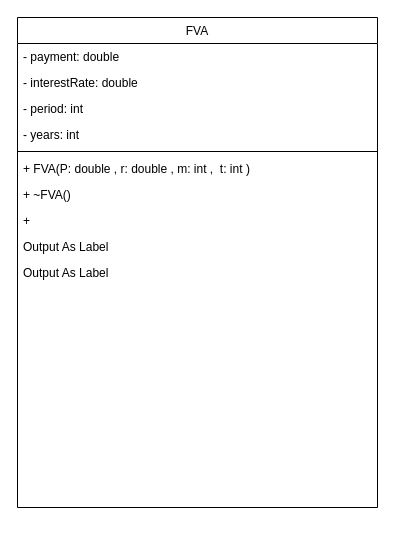
The draw.io diagram Untitled Diagram.drawio in perazaharmonics/c-CompII, before the edit. Source tidied: cells renumbered, new cells numbered last; positions are measured from the earlier drawing's top-left corner, leaving out a move shared by most shapes. Both pictures are drawn from the tidied source at 100%, with x=0, y=0 at pixel (17, 17).
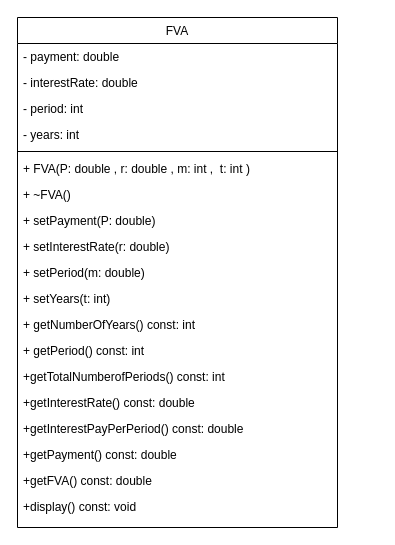
Above is the later version.

The edit, as a diff of the source:
```diff
@@
     <mxCell id="2" value="FVA" style="swimlane;fontStyle=0;align=center;verticalAlign=top;horizontal=1;startSize=26;rounded=0;shadow=0;strokeWidth=1;" parent="1" vertex="1">
-      <mxGeometry width="360" height="490" as="geometry" />
+      <mxGeometry width="320" height="510" as="geometry" />
     </mxCell>
     <mxCell id="3" value="- payment: double" style="text;align=left;verticalAlign=top;spacingLeft=4;spacingRight=4;overflow=hidden;fontColor=#000000;whiteSpace=wrap;" parent="2" vertex="1">
-      <mxGeometry y="26" width="360" height="26" as="geometry" />
+      <mxGeometry y="26" width="320" height="26" as="geometry" />
     </mxCell>
     <mxCell id="4" value="- interestRate: double" style="text;align=left;verticalAlign=top;spacingLeft=4;spacingRight=4;overflow=hidden;rounded=0;shadow=0;html=0;" parent="2" vertex="1">
-      <mxGeometry y="52" width="360" height="26" as="geometry" />
+      <mxGeometry y="52" width="320" height="26" as="geometry" />
     </mxCell>
     <mxCell id="5" value="- period: int" style="text;align=left;verticalAlign=top;spacingLeft=4;spacingRight=4;overflow=hidden;rounded=0;shadow=0;html=0;" parent="2" vertex="1">
-      <mxGeometry y="78" width="360" height="26" as="geometry" />
+      <mxGeometry y="78" width="320" height="26" as="geometry" />
     </mxCell>
     <mxCell id="6" value="- years: int " style="text;align=left;verticalAlign=top;spacingLeft=4;spacingRight=4;overflow=hidden;rounded=0;shadow=0;html=0;" parent="2" vertex="1">
-      <mxGeometry y="104" width="360" height="26" as="geometry" />
+      <mxGeometry y="104" width="320" height="26" as="geometry" />
     </mxCell>
     <mxCell id="7" style="line;html=1;strokeWidth=1;align=left;verticalAlign=middle;spacingTop=-1;spacingLeft=3;spacingRight=3;labelPosition=right;" parent="2" vertex="1">
-      <mxGeometry y="130" width="360" height="8" as="geometry" />
+      <mxGeometry y="130" width="320" height="8" as="geometry" />
     </mxCell>
     <mxCell id="8" value="+ FVA(P: double , r: double , m: int ,  t: int )" style="text;align=left;verticalAlign=top;spacingLeft=4;spacingRight=4;overflow=hidden;" parent="2" vertex="1">
-      <mxGeometry y="138" width="360" height="26" as="geometry" />
+      <mxGeometry y="138" width="320" height="26" as="geometry" />
     </mxCell>
     <mxCell id="9" value="+ ~FVA()" style="text;align=left;verticalAlign=top;spacingLeft=4;spacingRight=4;overflow=hidden;" parent="2" vertex="1">
-      <mxGeometry y="164" width="360" height="26" as="geometry" />
+      <mxGeometry y="164" width="320" height="26" as="geometry" />
     </mxCell>
-    <mxCell id="10" value="+ " style="text;align=left;verticalAlign=top;spacingLeft=4;spacingRight=4;overflow=hidden;" parent="2" vertex="1">
-      <mxGeometry y="190" width="360" height="26" as="geometry" />
+    <mxCell id="10" value="+ setPayment(P: double)" style="text;align=left;verticalAlign=top;spacingLeft=4;spacingRight=4;overflow=hidden;" parent="2" vertex="1">
+      <mxGeometry y="190" width="320" height="26" as="geometry" />
     </mxCell>
-    <mxCell id="11" value="Output As Label" style="text;align=left;verticalAlign=top;spacingLeft=4;spacingRight=4;overflow=hidden;" parent="2" vertex="1">
-      <mxGeometry y="216" width="360" height="26" as="geometry" />
+    <mxCell id="11" value="+ setInterestRate(r: double)" style="text;align=left;verticalAlign=top;spacingLeft=4;spacingRight=4;overflow=hidden;" parent="2" vertex="1">
+      <mxGeometry y="216" width="320" height="26" as="geometry" />
     </mxCell>
-    <mxCell id="12" value="Output As Label" style="text;align=left;verticalAlign=top;spacingLeft=4;spacingRight=4;overflow=hidden;" parent="2" vertex="1">
-      <mxGeometry y="242" width="360" height="26" as="geometry" />
+    <mxCell id="12" value="+ setPeriod(m: double)" style="text;align=left;verticalAlign=top;spacingLeft=4;spacingRight=4;overflow=hidden;" parent="2" vertex="1">
+      <mxGeometry y="242" width="320" height="26" as="geometry" />
     </mxCell>
+    <mxCell id="13" value="+ setYears(t: int)" style="text;align=left;verticalAlign=top;spacingLeft=4;spacingRight=4;overflow=hidden;" parent="2" vertex="1">
+      <mxGeometry y="268" width="320" height="26" as="geometry" />
+    </mxCell>
+    <mxCell id="14" value="+ getNumberOfYears() const: int" style="text;align=left;verticalAlign=top;spacingLeft=4;spacingRight=4;overflow=hidden;" parent="2" vertex="1">
+      <mxGeometry y="294" width="320" height="26" as="geometry" />
+    </mxCell>
+    <mxCell id="15" value="+ getPeriod() const: int" style="text;align=left;verticalAlign=top;spacingLeft=4;spacingRight=4;overflow=hidden;" parent="2" vertex="1">
+      <mxGeometry y="320" width="320" height="26" as="geometry" />
+    </mxCell>
+    <mxCell id="16" value="+getTotalNumberofPeriods() const: int" style="text;align=left;verticalAlign=top;spacingLeft=4;spacingRight=4;overflow=hidden;" parent="2" vertex="1">
+      <mxGeometry y="346" width="320" height="26" as="geometry" />
+    </mxCell>
+    <mxCell id="17" value="+getInterestRate() const: double" style="text;align=left;verticalAlign=top;spacingLeft=4;spacingRight=4;overflow=hidden;" parent="2" vertex="1">
+      <mxGeometry y="372" width="320" height="26" as="geometry" />
+    </mxCell>
+    <mxCell id="18" value="+getInterestPayPerPeriod() const: double" style="text;align=left;verticalAlign=top;spacingLeft=4;spacingRight=4;overflow=hidden;" parent="2" vertex="1">
+      <mxGeometry y="398" width="320" height="26" as="geometry" />
+    </mxCell>
+    <mxCell id="19" value="+getPayment() const: double" style="text;align=left;verticalAlign=top;spacingLeft=4;spacingRight=4;overflow=hidden;" parent="2" vertex="1">
+      <mxGeometry y="424" width="320" height="26" as="geometry" />
+    </mxCell>
+    <mxCell id="20" value="+getFVA() const: double" style="text;align=left;verticalAlign=top;spacingLeft=4;spacingRight=4;overflow=hidden;" parent="2" vertex="1">
+      <mxGeometry y="450" width="320" height="26" as="geometry" />
+    </mxCell>
+    <mxCell id="21" value="+display() const: void" style="text;align=left;verticalAlign=top;spacingLeft=4;spacingRight=4;overflow=hidden;" parent="2" vertex="1">
+      <mxGeometry y="476" width="320" height="26" as="geometry" />
+    </mxCell>
```
